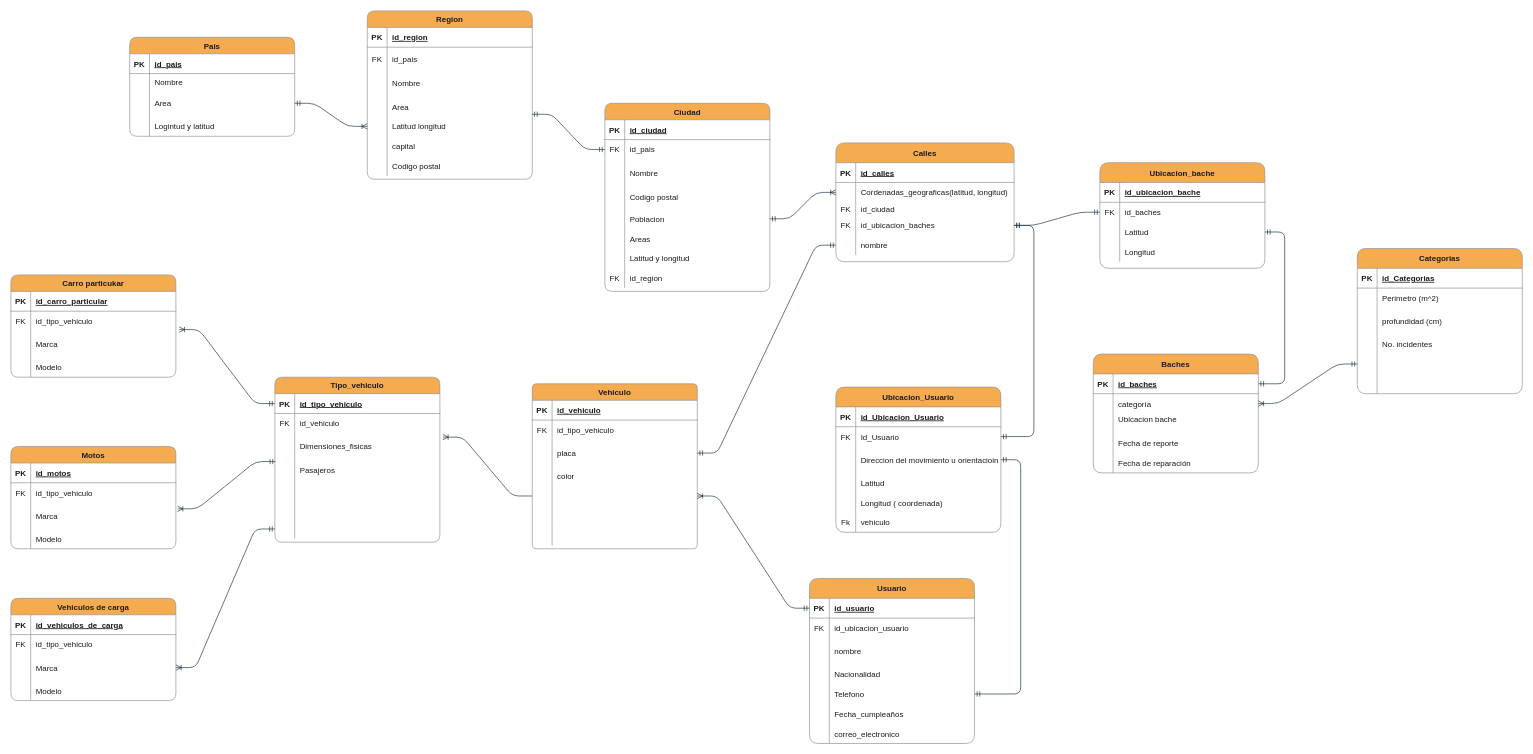
Before: MER/Diagrama sin título.drawio in josearpa123/Movilidad-ubanaBD, a draw.io diagram. Source tidied: cells renumbered, new cells numbered last; positions are measured from the earlier drawing's top-left corner, leaving out a move shared by most shapes. Both pictures are drawn from the tidied source at 66%, with x=0, y=0 at pixel (11, 11).
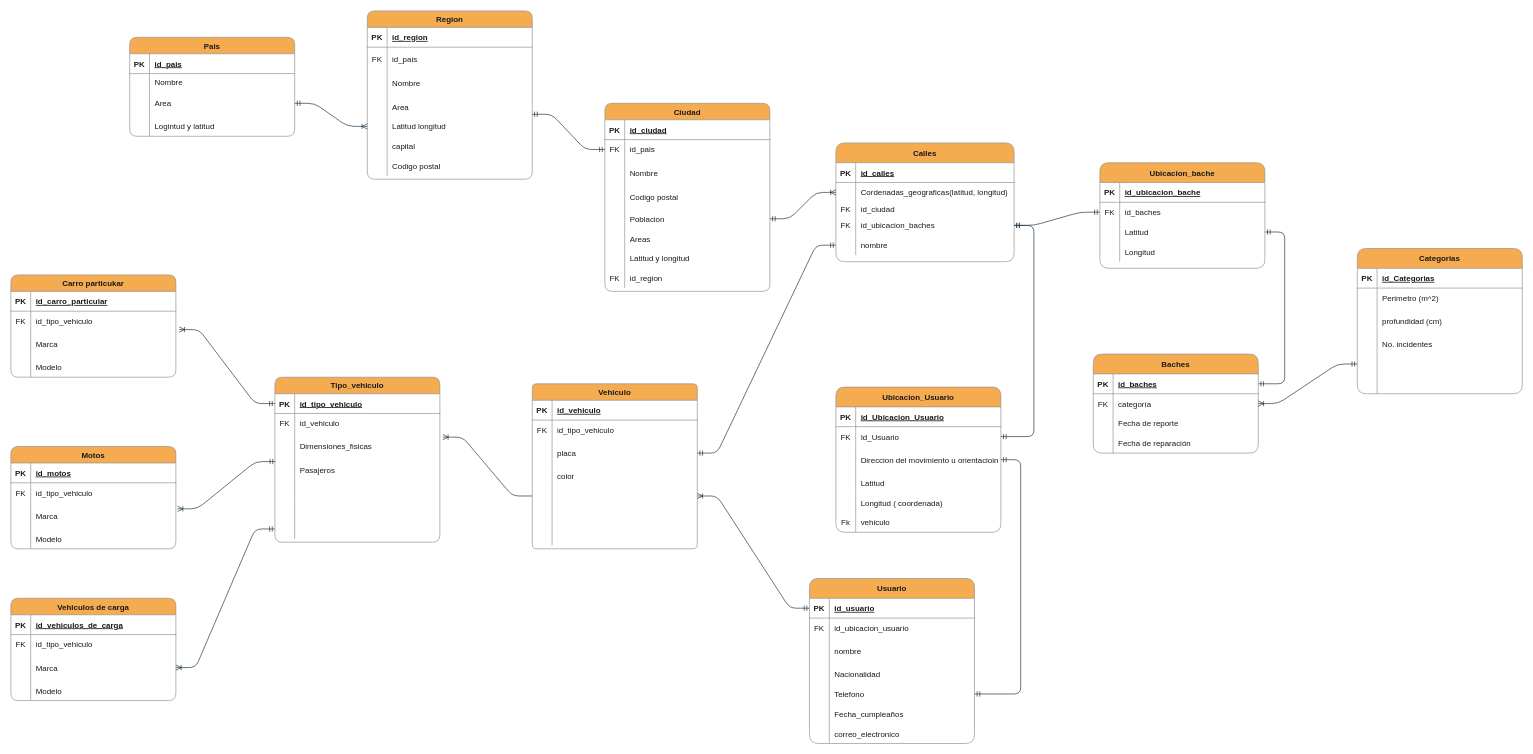
After the change.

The change refers to these unchanged cells:
```xml
<mxCell id="6" style="shape=partialRectangle;fillColor=none;points=[[0,0.5],[1,0.5]];portConstraint=eastwest;top=0;left=0;right=0;bottom=0;labelBackgroundColor=none;rounded=1;strokeColor=#909090;fontColor=#1A1A1A;" parent="2" vertex="1">
  <mxGeometry y="60" width="250" height="30" as="geometry" />
</mxCell>
```

Diff of the diagram source:
```diff
@@
     <mxCell id="2" value="Baches" style="shape=table;startSize=30;childLayout=tableLayout;rowLines=0;fontStyle=1;align=center;labelBackgroundColor=none;rounded=1;fillColor=#F5AB50;strokeColor=#909090;fontColor=#1A1A1A;" parent="1" vertex="1">
-      <mxGeometry x="1640" y="520" width="250" height="180" as="geometry" />
+      <mxGeometry x="1640" y="520" width="250" height="150" as="geometry" />
     </mxCell>
@@
-    <mxCell id="7" style="shape=partialRectangle;overflow=hidden;fillColor=none;top=0;left=0;bottom=0;right=0;labelBackgroundColor=none;rounded=1;strokeColor=#909090;fontColor=#1A1A1A;" parent="6" vertex="1">
+    <mxCell id="7" value="FK" style="shape=partialRectangle;overflow=hidden;fillColor=none;top=0;left=0;bottom=0;right=0;labelBackgroundColor=none;rounded=1;strokeColor=#909090;fontColor=#1A1A1A;" parent="6" vertex="1">
       <mxGeometry width="30" height="30" as="geometry" />
     </mxCell>
@@
-    <mxCell id="9" style="shape=partialRectangle;fillColor=none;top=0;left=0;right=0;bottom=0;labelBackgroundColor=none;rounded=1;strokeColor=#909090;fontColor=#1A1A1A;" parent="2" vertex="1">
-      <mxGeometry y="90" width="250" height="30" as="geometry" />
-    </mxCell>
-    <mxCell id="10" style="shape=partialRectangle;overflow=hidden;fillColor=none;top=0;left=0;bottom=0;right=0;labelBackgroundColor=none;rounded=1;strokeColor=#909090;fontColor=#1A1A1A;" parent="9" vertex="1">
-      <mxGeometry width="30" height="30" as="geometry" />
-    </mxCell>
-    <mxCell id="11" value="Ubicacion bache&#10;" style="shape=partialRectangle;overflow=hidden;fillColor=none;top=0;left=0;bottom=0;right=0;align=left;spacingLeft=6;labelBackgroundColor=none;rounded=1;strokeColor=#909090;fontColor=#1A1A1A;" parent="9" vertex="1">
-      <mxGeometry x="30" width="220" height="30" as="geometry" />
-    </mxCell>
     <mxCell id="12" style="shape=partialRectangle;fillColor=none;top=0;left=0;right=0;bottom=0;labelBackgroundColor=none;rounded=1;strokeColor=#909090;fontColor=#1A1A1A;" parent="2" vertex="1">
-      <mxGeometry y="120" width="250" height="30" as="geometry" />
+      <mxGeometry y="90" width="250" height="30" as="geometry" />
     </mxCell>
@@
     <mxCell id="15" style="shape=partialRectangle;fillColor=none;top=0;left=0;right=0;bottom=0;labelBackgroundColor=none;rounded=1;strokeColor=#909090;fontColor=#1A1A1A;" parent="2" vertex="1">
-      <mxGeometry y="150" width="250" height="30" as="geometry" />
+      <mxGeometry y="120" width="250" height="30" as="geometry" />
     </mxCell>
```
